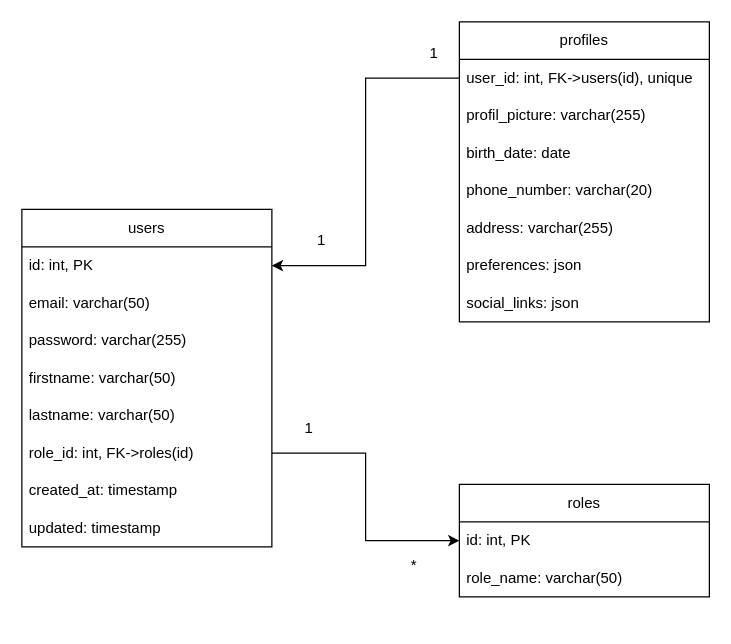
TBERT31/P13-YourCarYourWay_MessageApp_JavaAngular keeps this draw.io diagram as MS_Users_POC.drawio. Above is the earlier version. Source tidied: cells renumbered, new cells numbered last; positions are measured from the earlier drawing's top-left corner, leaving out a move shared by most shapes. Both pictures are drawn from the tidied source at 125%, with x=0, y=0 at pixel (21, 21).
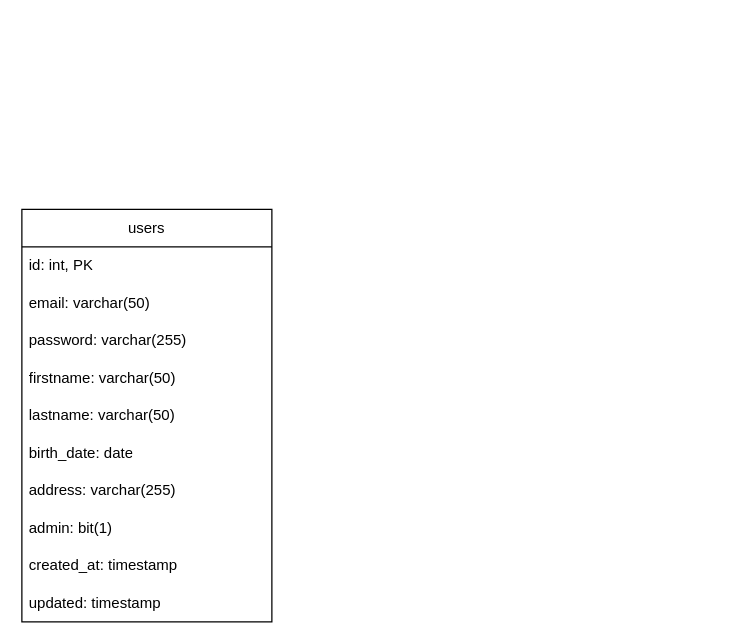
The same page after the edit.

Commit message (it also covers changes not shown here):
Mettre à jour MS_Users_POC.drawio

The change refers to these unchanged cells:
```xml
<mxCell id="3" value="id: int, PK" style="text;strokeColor=none;fillColor=none;align=left;verticalAlign=middle;spacingLeft=4;spacingRight=4;overflow=hidden;points=[[0,0.5],[1,0.5]];portConstraint=eastwest;whiteSpace=wrap;html=1;" parent="2" vertex="1">
  <mxGeometry y="30" width="200" height="30" as="geometry" />
</mxCell>
```

Diff of the diagram source:
```diff
@@
     <mxCell id="2" value="users" style="swimlane;fontStyle=0;horizontal=1;startSize=30;whiteSpace=wrap;html=1;direction=east;" parent="1" vertex="1">
-      <mxGeometry y="150" width="200" height="270" as="geometry" />
+      <mxGeometry y="150" width="200" height="330" as="geometry" />
     </mxCell>
@@
-    <mxCell id="8" value="role_id: int, FK-&amp;gt;roles(id)" style="text;strokeColor=none;fillColor=none;align=left;verticalAlign=middle;spacingLeft=4;spacingRight=4;overflow=hidden;points=[[0,0.5],[1,0.5]];portConstraint=eastwest;whiteSpace=wrap;html=1;" parent="2" vertex="1">
+    <mxCell id="8" value="birth_date: date" style="text;strokeColor=none;fillColor=none;align=left;verticalAlign=middle;spacingLeft=4;spacingRight=4;overflow=hidden;points=[[0,0.5],[1,0.5]];portConstraint=eastwest;whiteSpace=wrap;html=1;" parent="2" vertex="1">
       <mxGeometry y="180" width="200" height="30" as="geometry" />
     </mxCell>
+    <mxCell id="16" value="address: varchar(255)" style="text;strokeColor=none;fillColor=none;align=left;verticalAlign=middle;spacingLeft=4;spacingRight=4;overflow=hidden;whiteSpace=wrap;html=1;" parent="2" vertex="1">
+      <mxGeometry y="210" width="200" height="30" as="geometry" />
+    </mxCell>
+    <mxCell id="28" value="admin: bit(1)" style="text;strokeColor=none;fillColor=none;align=left;verticalAlign=middle;spacingLeft=4;spacingRight=4;overflow=hidden;whiteSpace=wrap;html=1;" parent="2" vertex="1">
+      <mxGeometry y="240" width="200" height="30" as="geometry" />
+    </mxCell>
     <mxCell id="9" value="created_at: timestamp" style="text;strokeColor=none;fillColor=none;align=left;verticalAlign=middle;spacingLeft=4;spacingRight=4;overflow=hidden;whiteSpace=wrap;html=1;" parent="2" vertex="1">
-      <mxGeometry y="210" width="200" height="30" as="geometry" />
+      <mxGeometry y="270" width="200" height="30" as="geometry" />
     </mxCell>
     <mxCell id="10" value="updated: timestamp" style="text;strokeColor=none;fillColor=none;align=left;verticalAlign=middle;spacingLeft=4;spacingRight=4;overflow=hidden;whiteSpace=wrap;html=1;" parent="2" vertex="1">
-      <mxGeometry y="240" width="200" height="30" as="geometry" />
+      <mxGeometry y="300" width="200" height="30" as="geometry" />
     </mxCell>
-    <mxCell id="11" value="profiles" style="swimlane;fontStyle=0;horizontal=1;startSize=30;whiteSpace=wrap;html=1;direction=east;" parent="1" vertex="1">
-      <mxGeometry x="350" width="200" height="240" as="geometry" />
-    </mxCell>
-    <mxCell id="12" value="user_id: int, FK-&amp;gt;users(id), unique" style="text;strokeColor=none;fillColor=none;align=left;verticalAlign=middle;spacingLeft=4;spacingRight=4;overflow=hidden;points=[[0,0.5],[1,0.5]];portConstraint=eastwest;whiteSpace=wrap;html=1;" parent="11" vertex="1">
-      <mxGeometry y="30" width="200" height="30" as="geometry" />
-    </mxCell>
-    <mxCell id="13" value="profil_picture: varchar(255)" style="text;strokeColor=none;fillColor=none;align=left;verticalAlign=middle;spacingLeft=4;spacingRight=4;overflow=hidden;whiteSpace=wrap;html=1;" parent="11" vertex="1">
-      <mxGeometry y="60" width="200" height="30" as="geometry" />
-    </mxCell>
-    <mxCell id="14" value="birth_date: date" style="text;strokeColor=none;fillColor=none;align=left;verticalAlign=middle;spacingLeft=4;spacingRight=4;overflow=hidden;whiteSpace=wrap;html=1;" parent="11" vertex="1">
-      <mxGeometry y="90" width="200" height="30" as="geometry" />
-    </mxCell>
-    <mxCell id="15" value="phone_number: varchar(20)" style="text;strokeColor=none;fillColor=none;align=left;verticalAlign=middle;spacingLeft=4;spacingRight=4;overflow=hidden;whiteSpace=wrap;html=1;" parent="11" vertex="1">
-      <mxGeometry y="120" width="200" height="30" as="geometry" />
-    </mxCell>
-    <mxCell id="16" value="address: varchar(255)" style="text;strokeColor=none;fillColor=none;align=left;verticalAlign=middle;spacingLeft=4;spacingRight=4;overflow=hidden;whiteSpace=wrap;html=1;" parent="11" vertex="1">
-      <mxGeometry y="150" width="200" height="30" as="geometry" />
-    </mxCell>
-    <mxCell id="17" value="preferences: json" style="text;strokeColor=none;fillColor=none;align=left;verticalAlign=middle;spacingLeft=4;spacingRight=4;overflow=hidden;whiteSpace=wrap;html=1;" parent="11" vertex="1">
-      <mxGeometry y="180" width="200" height="30" as="geometry" />
-    </mxCell>
-    <mxCell id="18" value="social_links: json" style="text;strokeColor=none;fillColor=none;align=left;verticalAlign=middle;spacingLeft=4;spacingRight=4;overflow=hidden;whiteSpace=wrap;html=1;" parent="11" vertex="1">
-      <mxGeometry y="210" width="200" height="30" as="geometry" />
-    </mxCell>
-    <mxCell id="19" value="roles" style="swimlane;fontStyle=0;horizontal=1;startSize=30;whiteSpace=wrap;html=1;direction=east;" parent="1" vertex="1">
-      <mxGeometry x="350" y="370" width="200" height="90" as="geometry" />
-    </mxCell>
-    <mxCell id="20" value="id: int, PK" style="text;strokeColor=none;fillColor=none;align=left;verticalAlign=middle;spacingLeft=4;spacingRight=4;overflow=hidden;points=[[0,0.5],[1,0.5]];portConstraint=eastwest;whiteSpace=wrap;html=1;" parent="19" vertex="1">
-      <mxGeometry y="30" width="200" height="30" as="geometry" />
-    </mxCell>
-    <mxCell id="21" value="role_name: varchar(50)" style="text;strokeColor=none;fillColor=none;align=left;verticalAlign=middle;spacingLeft=4;spacingRight=4;overflow=hidden;whiteSpace=wrap;html=1;" parent="19" vertex="1">
-      <mxGeometry y="60" width="200" height="30" as="geometry" />
-    </mxCell>
-    <mxCell id="22" style="edgeStyle=orthogonalEdgeStyle;rounded=0;jettySize=auto;html=1;entryX=1;entryY=0.5;entryDx=0;entryDy=0;" parent="1" edge="1" source="12" target="3">
-      <mxGeometry relative="1" as="geometry" />
-    </mxCell>
-    <mxCell id="23" style="edgeStyle=orthogonalEdgeStyle;rounded=0;jettySize=auto;html=1;entryX=0;entryY=0.5;entryDx=0;entryDy=0;" parent="1" edge="1" source="8" target="20">
-      <mxGeometry relative="1" as="geometry" />
-    </mxCell>
-    <mxCell id="24" value="1" style="text;html=1;align=center;verticalAlign=middle;whiteSpace=wrap;rounded=0;" parent="1" vertex="1">
-      <mxGeometry x="200" y="310" width="60" height="30" as="geometry" />
-    </mxCell>
-    <mxCell id="25" value="*" style="text;html=1;align=center;verticalAlign=middle;whiteSpace=wrap;rounded=0;" parent="1" vertex="1">
-      <mxGeometry x="284" y="420" width="60" height="30" as="geometry" />
-    </mxCell>
-    <mxCell id="26" value="1" style="text;html=1;align=center;verticalAlign=middle;whiteSpace=wrap;rounded=0;" parent="1" vertex="1">
-      <mxGeometry x="300" y="10" width="60" height="30" as="geometry" />
-    </mxCell>
-    <mxCell id="27" value="1" style="text;html=1;align=center;verticalAlign=middle;whiteSpace=wrap;rounded=0;" parent="1" vertex="1">
-      <mxGeometry x="210" y="160" width="60" height="30" as="geometry" />
-    </mxCell>
```
